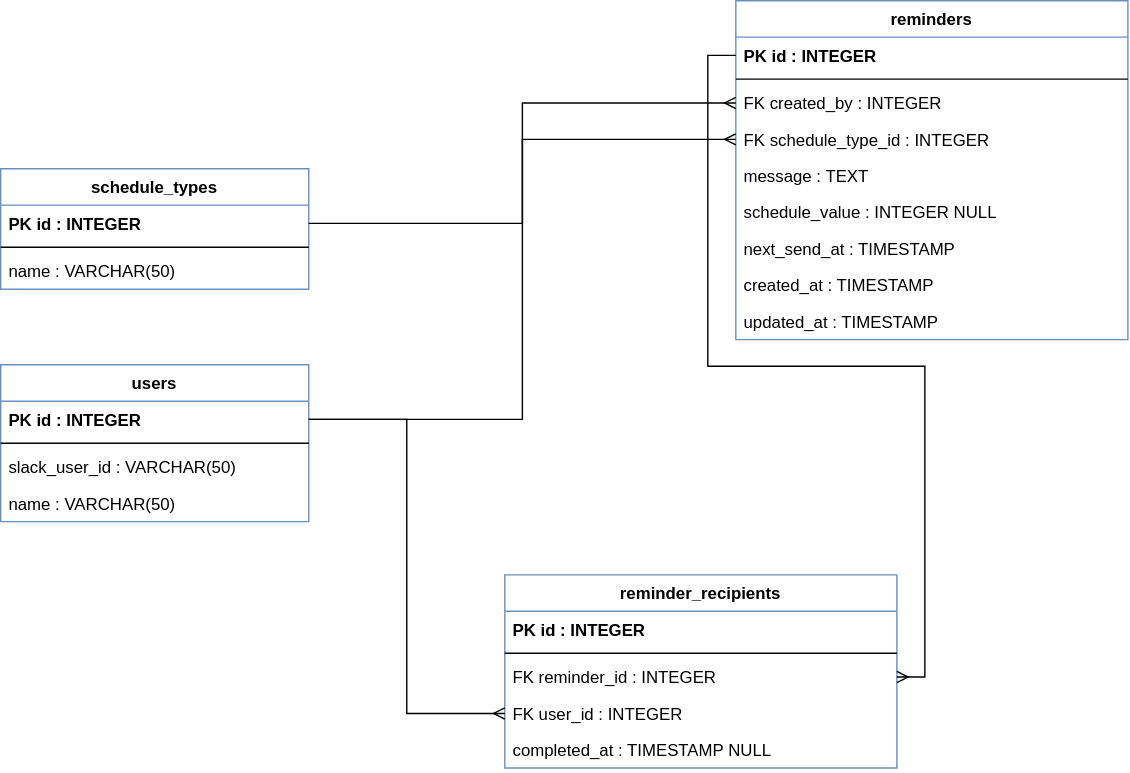
Earlier version of the draw.io export データベース設計/データベースモデリング4/er_diagram.svg (DaisukeKikukawa/Praha-Challenge). Source tidied: cells renumbered, new cells last; positions are measured from the earlier drawing's top-left corner, leaving out a move shared by most shapes.
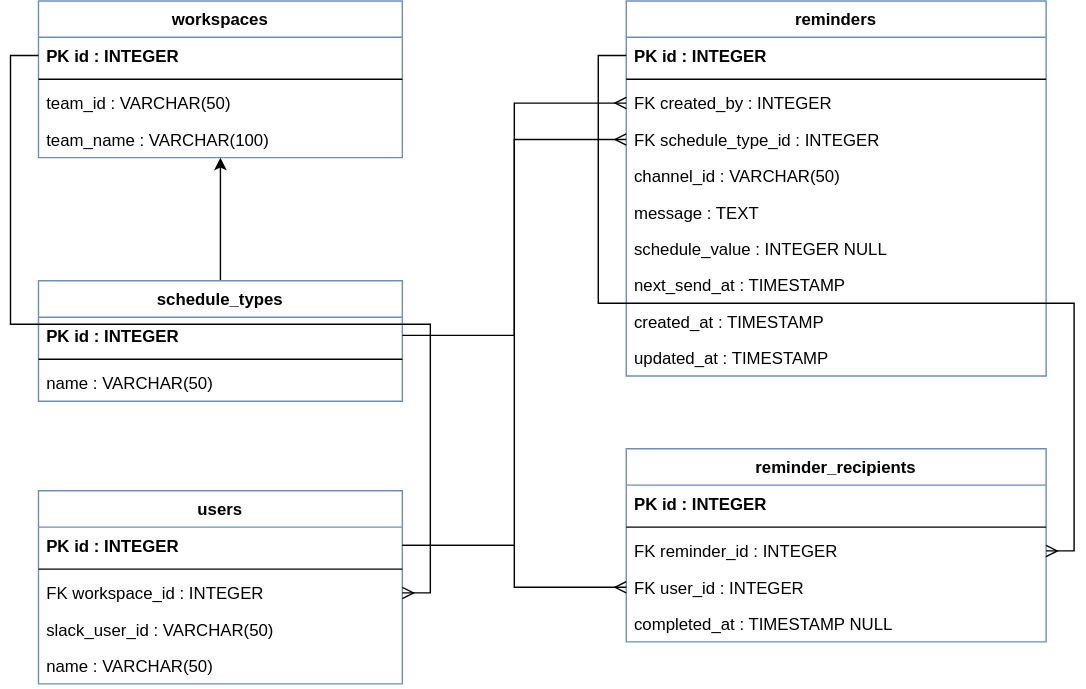
Later version of the same file.

The edit, as a diff of the source:
```diff
@@ -1,93 +1,120 @@
-<mxGraphModel>
+<mxGraphModel background="#ffffff">
   <root>
     <mxCell id="0" />
     <mxCell id="1" parent="0" />
-    <mxCell id="2" value="users" style="swimlane;fontStyle=1;align=center;verticalAlign=top;horizontal=1;startSize=26;fillColor=none;strokeColor=#6c8ebf;" parent="1" vertex="1">
-      <mxGeometry y="260" width="220" height="112" as="geometry" />
-    </mxCell>
-    <mxCell id="3" value="PK  id : INTEGER" style="text;strokeColor=none;fillColor=none;align=left;verticalAlign=top;spacingLeft=4;spacingRight=4;overflow=hidden;points=[[0,0.5],[1,0.5]];portConstraint=eastwest;fontStyle=1;" parent="2" vertex="1">
-      <mxGeometry y="26" width="220" height="26" as="geometry" />
-    </mxCell>
-    <mxCell id="4" style="line;strokeWidth=1;fillColor=none;align=left;verticalAlign=middle;spacingTop=-1;spacingLeft=3;spacingRight=3;labelPosition=right;" parent="2" vertex="1">
-      <mxGeometry y="52" width="220" height="8" as="geometry" />
-    </mxCell>
-    <mxCell id="5" value="     slack_user_id : VARCHAR(50)" style="text;strokeColor=none;fillColor=none;align=left;verticalAlign=top;spacingLeft=4;spacingRight=4;overflow=hidden;" parent="2" vertex="1">
-      <mxGeometry y="60" width="220" height="26" as="geometry" />
-    </mxCell>
-    <mxCell id="6" value="     name : VARCHAR(50)" style="text;strokeColor=none;fillColor=none;align=left;verticalAlign=top;spacingLeft=4;spacingRight=4;overflow=hidden;" parent="2" vertex="1">
-      <mxGeometry y="86" width="220" height="26" as="geometry" />
-    </mxCell>
+    <mxCell id="31" value="workspaces" style="swimlane;fontStyle=1;align=center;verticalAlign=top;horizontal=1;startSize=26;fillColor=none;strokeColor=#6c8ebf;" parent="1" vertex="1">
+      <mxGeometry y="120" width="260" height="112" as="geometry" />
+    </mxCell>
+    <mxCell id="32" value="PK  id : INTEGER" style="text;strokeColor=none;fillColor=none;align=left;verticalAlign=top;spacingLeft=4;spacingRight=4;overflow=hidden;points=[[0,0.5],[1,0.5]];portConstraint=eastwest;fontStyle=1;" parent="31" vertex="1">
+      <mxGeometry y="26" width="260" height="26" as="geometry" />
+    </mxCell>
+    <mxCell id="33" style="line;strokeWidth=1;fillColor=none;align=left;verticalAlign=middle;spacingTop=-1;spacingLeft=3;spacingRight=3;labelPosition=right;" parent="31" vertex="1">
+      <mxGeometry y="52" width="260" height="8" as="geometry" />
+    </mxCell>
+    <mxCell id="34" value="     team_id : VARCHAR(50)" style="text;strokeColor=none;fillColor=none;align=left;verticalAlign=top;spacingLeft=4;spacingRight=4;overflow=hidden;" parent="31" vertex="1">
+      <mxGeometry y="60" width="260" height="26" as="geometry" />
+    </mxCell>
+    <mxCell id="35" value="     team_name : VARCHAR(100)" style="text;strokeColor=none;fillColor=none;align=left;verticalAlign=top;spacingLeft=4;spacingRight=4;overflow=hidden;points=[[0,0.5],[1,0.5]];portConstraint=eastwest;" parent="31" vertex="1">
+      <mxGeometry y="86" width="260" height="26" as="geometry" />
+    </mxCell>
+    <mxCell id="36" style="edgeStyle=none;html=1;" parent="1" edge="1" source="7" target="35">
+      <mxGeometry relative="1" as="geometry" />
+    </mxCell>
     <mxCell id="7" value="schedule_types" style="swimlane;fontStyle=1;align=center;verticalAlign=top;horizontal=1;startSize=26;fillColor=none;strokeColor=#6c8ebf;" parent="1" vertex="1">
-      <mxGeometry y="120" width="220" height="86" as="geometry" />
+      <mxGeometry y="320" width="260" height="86" as="geometry" />
     </mxCell>
     <mxCell id="8" value="PK  id : INTEGER" style="text;strokeColor=none;fillColor=none;align=left;verticalAlign=top;spacingLeft=4;spacingRight=4;overflow=hidden;points=[[0,0.5],[1,0.5]];portConstraint=eastwest;fontStyle=1;" parent="7" vertex="1">
-      <mxGeometry y="26" width="220" height="26" as="geometry" />
+      <mxGeometry y="26" width="260" height="26" as="geometry" />
     </mxCell>
     <mxCell id="9" style="line;strokeWidth=1;fillColor=none;align=left;verticalAlign=middle;spacingTop=-1;spacingLeft=3;spacingRight=3;labelPosition=right;" parent="7" vertex="1">
-      <mxGeometry y="52" width="220" height="8" as="geometry" />
+      <mxGeometry y="52" width="260" height="8" as="geometry" />
     </mxCell>
     <mxCell id="10" value="     name : VARCHAR(50)" style="text;strokeColor=none;fillColor=none;align=left;verticalAlign=top;spacingLeft=4;spacingRight=4;overflow=hidden;" parent="7" vertex="1">
-      <mxGeometry y="60" width="220" height="26" as="geometry" />
+      <mxGeometry y="60" width="260" height="26" as="geometry" />
     </mxCell>
+    <mxCell id="2" value="users" style="swimlane;fontStyle=1;align=center;verticalAlign=top;horizontal=1;startSize=26;fillColor=none;strokeColor=#6c8ebf;" parent="1" vertex="1">
+      <mxGeometry y="470" width="260" height="138" as="geometry" />
+    </mxCell>
+    <mxCell id="3" value="PK  id : INTEGER" style="text;strokeColor=none;fillColor=none;align=left;verticalAlign=top;spacingLeft=4;spacingRight=4;overflow=hidden;points=[[0,0.5],[1,0.5]];portConstraint=eastwest;fontStyle=1;" parent="2" vertex="1">
+      <mxGeometry y="26" width="260" height="26" as="geometry" />
+    </mxCell>
+    <mxCell id="4" style="line;strokeWidth=1;fillColor=none;align=left;verticalAlign=middle;spacingTop=-1;spacingLeft=3;spacingRight=3;labelPosition=right;" parent="2" vertex="1">
+      <mxGeometry y="52" width="260" height="8" as="geometry" />
+    </mxCell>
+    <mxCell id="37" value="FK  workspace_id : INTEGER" style="text;strokeColor=none;fillColor=none;align=left;verticalAlign=top;spacingLeft=4;spacingRight=4;overflow=hidden;points=[[0,0.5],[1,0.5]];portConstraint=eastwest;" parent="2" vertex="1">
+      <mxGeometry y="60" width="260" height="26" as="geometry" />
+    </mxCell>
+    <mxCell id="5" value="     slack_user_id : VARCHAR(50)" style="text;strokeColor=none;fillColor=none;align=left;verticalAlign=top;spacingLeft=4;spacingRight=4;overflow=hidden;" parent="2" vertex="1">
+      <mxGeometry y="86" width="260" height="26" as="geometry" />
+    </mxCell>
+    <mxCell id="6" value="     name : VARCHAR(50)" style="text;strokeColor=none;fillColor=none;align=left;verticalAlign=top;spacingLeft=4;spacingRight=4;overflow=hidden;" parent="2" vertex="1">
+      <mxGeometry y="112" width="260" height="26" as="geometry" />
+    </mxCell>
     <mxCell id="11" value="reminders" style="swimlane;fontStyle=1;align=center;verticalAlign=top;horizontal=1;startSize=26;fillColor=none;strokeColor=#6c8ebf;" parent="1" vertex="1">
-      <mxGeometry x="525" width="280" height="242" as="geometry" />
+      <mxGeometry x="420" y="120" width="300" height="268" as="geometry" />
     </mxCell>
     <mxCell id="12" value="PK  id : INTEGER" style="text;strokeColor=none;fillColor=none;align=left;verticalAlign=top;spacingLeft=4;spacingRight=4;overflow=hidden;points=[[0,0.5],[1,0.5]];portConstraint=eastwest;fontStyle=1;" parent="11" vertex="1">
-      <mxGeometry y="26" width="280" height="26" as="geometry" />
+      <mxGeometry y="26" width="300" height="26" as="geometry" />
     </mxCell>
     <mxCell id="13" style="line;strokeWidth=1;fillColor=none;align=left;verticalAlign=middle;spacingTop=-1;spacingLeft=3;spacingRight=3;labelPosition=right;" parent="11" vertex="1">
-      <mxGeometry y="52" width="280" height="8" as="geometry" />
+      <mxGeometry y="52" width="300" height="8" as="geometry" />
     </mxCell>
     <mxCell id="14" value="FK  created_by : INTEGER" style="text;strokeColor=none;fillColor=none;align=left;verticalAlign=top;spacingLeft=4;spacingRight=4;overflow=hidden;points=[[0,0.5],[1,0.5]];portConstraint=eastwest;" parent="11" vertex="1">
-      <mxGeometry y="60" width="280" height="26" as="geometry" />
+      <mxGeometry y="60" width="300" height="26" as="geometry" />
     </mxCell>
     <mxCell id="15" value="FK  schedule_type_id : INTEGER" style="text;strokeColor=none;fillColor=none;align=left;verticalAlign=top;spacingLeft=4;spacingRight=4;overflow=hidden;points=[[0,0.5],[1,0.5]];portConstraint=eastwest;" parent="11" vertex="1">
-      <mxGeometry y="86" width="280" height="26" as="geometry" />
+      <mxGeometry y="86" width="300" height="26" as="geometry" />
     </mxCell>
+    <mxCell id="38" value="     channel_id : VARCHAR(50)" style="text;strokeColor=none;fillColor=none;align=left;verticalAlign=top;spacingLeft=4;spacingRight=4;overflow=hidden;" parent="11" vertex="1">
+      <mxGeometry y="112" width="300" height="26" as="geometry" />
+    </mxCell>
     <mxCell id="16" value="     message : TEXT" style="text;strokeColor=none;fillColor=none;align=left;verticalAlign=top;spacingLeft=4;spacingRight=4;overflow=hidden;" parent="11" vertex="1">
-      <mxGeometry y="112" width="280" height="26" as="geometry" />
+      <mxGeometry y="138" width="300" height="26" as="geometry" />
     </mxCell>
     <mxCell id="17" value="     schedule_value : INTEGER NULL" style="text;strokeColor=none;fillColor=none;align=left;verticalAlign=top;spacingLeft=4;spacingRight=4;overflow=hidden;" parent="11" vertex="1">
-      <mxGeometry y="138" width="280" height="26" as="geometry" />
+      <mxGeometry y="164" width="300" height="26" as="geometry" />
     </mxCell>
     <mxCell id="18" value="     next_send_at : TIMESTAMP" style="text;strokeColor=none;fillColor=none;align=left;verticalAlign=top;spacingLeft=4;spacingRight=4;overflow=hidden;" parent="11" vertex="1">
-      <mxGeometry y="164" width="280" height="26" as="geometry" />
+      <mxGeometry y="190" width="300" height="26" as="geometry" />
     </mxCell>
     <mxCell id="19" value="     created_at : TIMESTAMP" style="text;strokeColor=none;fillColor=none;align=left;verticalAlign=top;spacingLeft=4;spacingRight=4;overflow=hidden;" parent="11" vertex="1">
-      <mxGeometry y="190" width="280" height="26" as="geometry" />
+      <mxGeometry y="216" width="300" height="26" as="geometry" />
     </mxCell>
     <mxCell id="20" value="     updated_at : TIMESTAMP" style="text;strokeColor=none;fillColor=none;align=left;verticalAlign=top;spacingLeft=4;spacingRight=4;overflow=hidden;" parent="11" vertex="1">
-      <mxGeometry y="216" width="280" height="26" as="geometry" />
+      <mxGeometry y="242" width="300" height="26" as="geometry" />
     </mxCell>
     <mxCell id="21" value="reminder_recipients" style="swimlane;fontStyle=1;align=center;verticalAlign=top;horizontal=1;startSize=26;fillColor=none;strokeColor=#6c8ebf;" parent="1" vertex="1">
-      <mxGeometry x="360" y="410" width="280" height="138" as="geometry" />
+      <mxGeometry x="420" y="440" width="300" height="138" as="geometry" />
     </mxCell>
     <mxCell id="22" value="PK  id : INTEGER" style="text;strokeColor=none;fillColor=none;align=left;verticalAlign=top;spacingLeft=4;spacingRight=4;overflow=hidden;fontStyle=1;" parent="21" vertex="1">
-      <mxGeometry y="26" width="280" height="26" as="geometry" />
+      <mxGeometry y="26" width="300" height="26" as="geometry" />
     </mxCell>
     <mxCell id="23" style="line;strokeWidth=1;fillColor=none;align=left;verticalAlign=middle;spacingTop=-1;spacingLeft=3;spacingRight=3;labelPosition=right;" parent="21" vertex="1">
-      <mxGeometry y="52" width="280" height="8" as="geometry" />
+      <mxGeometry y="52" width="300" height="8" as="geometry" />
     </mxCell>
     <mxCell id="24" value="FK  reminder_id : INTEGER" style="text;strokeColor=none;fillColor=none;align=left;verticalAlign=top;spacingLeft=4;spacingRight=4;overflow=hidden;points=[[0,0.5],[1,0.5]];portConstraint=eastwest;" parent="21" vertex="1">
-      <mxGeometry y="60" width="280" height="26" as="geometry" />
+      <mxGeometry y="60" width="300" height="26" as="geometry" />
     </mxCell>
     <mxCell id="25" value="FK  user_id : INTEGER" style="text;strokeColor=none;fillColor=none;align=left;verticalAlign=top;spacingLeft=4;spacingRight=4;overflow=hidden;points=[[0,0.5],[1,0.5]];portConstraint=eastwest;" parent="21" vertex="1">
-      <mxGeometry y="86" width="280" height="26" as="geometry" />
+      <mxGeometry y="86" width="300" height="26" as="geometry" />
     </mxCell>
     <mxCell id="26" value="     completed_at : TIMESTAMP NULL" style="text;strokeColor=none;fillColor=none;align=left;verticalAlign=top;spacingLeft=4;spacingRight=4;overflow=hidden;" parent="21" vertex="1">
-      <mxGeometry y="112" width="280" height="26" as="geometry" />
+      <mxGeometry y="112" width="300" height="26" as="geometry" />
     </mxCell>
-    <mxCell id="27" style="edgeStyle=orthogonalEdgeStyle;rounded=0;jettySize=auto;html=1;startArrow=none;startFill=0;endArrow=ERmany;endFill=0;" parent="1" edge="1" source="3" target="14">
+    <mxCell id="27" style="edgeStyle=orthogonalEdgeStyle;rounded=0;jettySize=auto;html=1;startArrow=none;startFill=0;endArrow=ERmany;endFill=0;" parent="1" edge="1" source="32" target="37">
       <mxGeometry relative="1" as="geometry" />
     </mxCell>
-    <mxCell id="28" style="edgeStyle=orthogonalEdgeStyle;rounded=0;jettySize=auto;html=1;startArrow=none;startFill=0;endArrow=ERmany;endFill=0;" parent="1" edge="1" source="8" target="15">
+    <mxCell id="28" style="edgeStyle=orthogonalEdgeStyle;rounded=0;jettySize=auto;html=1;startArrow=none;startFill=0;endArrow=ERmany;endFill=0;" parent="1" edge="1" source="3" target="14">
       <mxGeometry relative="1" as="geometry" />
     </mxCell>
-    <mxCell id="29" style="edgeStyle=orthogonalEdgeStyle;rounded=0;jettySize=auto;html=1;startArrow=none;startFill=0;endArrow=ERmany;endFill=0;" parent="1" edge="1" source="12" target="24">
+    <mxCell id="29" style="edgeStyle=orthogonalEdgeStyle;rounded=0;jettySize=auto;html=1;startArrow=none;startFill=0;endArrow=ERmany;endFill=0;" parent="1" edge="1" source="8" target="15">
       <mxGeometry relative="1" as="geometry" />
     </mxCell>
-    <mxCell id="30" style="edgeStyle=orthogonalEdgeStyle;rounded=0;jettySize=auto;html=1;startArrow=none;startFill=0;endArrow=ERmany;endFill=0;" parent="1" edge="1" source="3" target="25">
+    <mxCell id="30" style="edgeStyle=orthogonalEdgeStyle;rounded=0;jettySize=auto;html=1;startArrow=none;startFill=0;endArrow=ERmany;endFill=0;" parent="1" edge="1" source="12" target="24">
       <mxGeometry relative="1" as="geometry" />
     </mxCell>
+    <mxCell id="39" style="edgeStyle=orthogonalEdgeStyle;rounded=0;jettySize=auto;html=1;startArrow=none;startFill=0;endArrow=ERmany;endFill=0;" parent="1" edge="1" source="3" target="25">
+      <mxGeometry relative="1" as="geometry" />
+    </mxCell>
   </root>
 </mxGraphModel>
```
